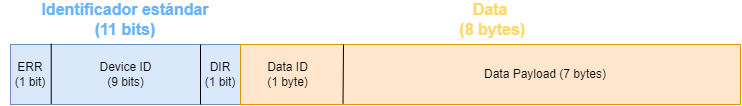
Above: Figures/estructura_mensaje.png in jorgetrumbel/Plantilla-memoria (draw.io), before the change. Source tidied: cells renumbered, new cells last; positions are measured from the earlier drawing's top-left corner, leaving out a move shared by most shapes. Source of this version:
```xml
<mxGraphModel>
  <root>
    <mxCell id="0" />
    <mxCell id="1" parent="0" />
    <mxCell id="2" style="rounded=0;whiteSpace=wrap;html=1;fillColor=#dae8fc;strokeColor=#6c8ebf;" parent="1" vertex="1">
      <mxGeometry x="10" y="40" width="230" height="60" as="geometry" />
    </mxCell>
    <mxCell id="3" style="rounded=0;whiteSpace=wrap;html=1;fillColor=#ffe6cc;strokeColor=#d79b00;" parent="1" vertex="1">
      <mxGeometry x="240" y="40" width="500" height="60" as="geometry" />
    </mxCell>
    <mxCell id="4" value="ERR&lt;br&gt;(1 bit)" style="text;html=1;strokeColor=none;fillColor=none;align=center;verticalAlign=middle;whiteSpace=wrap;rounded=0;" parent="1" vertex="1">
      <mxGeometry y="55" width="60" height="30" as="geometry" />
    </mxCell>
    <mxCell id="5" value="Device ID&lt;br&gt;(9 bits)" style="text;html=1;strokeColor=none;fillColor=none;align=center;verticalAlign=middle;whiteSpace=wrap;rounded=0;" parent="1" vertex="1">
      <mxGeometry x="87.5" y="52.5" width="75" height="35" as="geometry" />
    </mxCell>
    <mxCell id="6" value="DIR&lt;br&gt;(1 bit)" style="text;html=1;strokeColor=none;fillColor=none;align=center;verticalAlign=middle;whiteSpace=wrap;rounded=0;" parent="1" vertex="1">
      <mxGeometry x="190" y="55" width="60" height="30" as="geometry" />
    </mxCell>
    <mxCell id="7" style="endArrow=none;html=1;rounded=0;exitX=0.177;exitY=0.988;exitDx=0;exitDy=0;exitPerimeter=0;entryX=0.177;entryY=-0.012;entryDx=0;entryDy=0;entryPerimeter=0;" parent="1" edge="1" source="2" target="2">
      <mxGeometry relative="1" as="geometry" />
    </mxCell>
    <mxCell id="8" style="endArrow=none;html=1;rounded=0;exitX=0.177;exitY=0.988;exitDx=0;exitDy=0;exitPerimeter=0;entryX=0.177;entryY=-0.012;entryDx=0;entryDy=0;entryPerimeter=0;" parent="1" edge="1">
      <mxGeometry relative="1" as="geometry">
        <mxPoint x="200" y="100" as="sourcePoint" />
        <mxPoint x="200" y="40" as="targetPoint" />
      </mxGeometry>
    </mxCell>
    <mxCell id="9" value="&lt;font color=&quot;#66b2ff&quot; style=&quot;font-size: 16px;&quot;&gt;&lt;b&gt;Identificador estándar (11 bits)&lt;/b&gt;&lt;/font&gt;" style="text;html=1;strokeColor=none;fillColor=none;align=center;verticalAlign=middle;whiteSpace=wrap;rounded=0;" parent="1" vertex="1">
      <mxGeometry x="36.2" width="177.5" height="30" as="geometry" />
    </mxCell>
    <mxCell id="10" value="&lt;font color=&quot;#ffd966&quot; style=&quot;font-size: 16px;&quot;&gt;&lt;b style=&quot;&quot;&gt;Data&lt;br&gt;&amp;nbsp;(8 bytes)&lt;/b&gt;&lt;/font&gt;" style="text;html=1;strokeColor=none;fillColor=none;align=center;verticalAlign=middle;whiteSpace=wrap;rounded=0;" parent="1" vertex="1">
      <mxGeometry x="401.2" width="177.5" height="30" as="geometry" />
    </mxCell>
    <mxCell id="11" value="Data ID&lt;br&gt;(1 byte)" style="text;html=1;strokeColor=none;fillColor=none;align=center;verticalAlign=middle;whiteSpace=wrap;rounded=0;" parent="1" vertex="1">
      <mxGeometry x="250" y="52.5" width="75" height="35" as="geometry" />
    </mxCell>
    <mxCell id="12" style="endArrow=none;html=1;rounded=0;fontSize=16;fontColor=#FFD966;exitX=0.205;exitY=0.988;exitDx=0;exitDy=0;exitPerimeter=0;" parent="1" edge="1" source="3">
      <mxGeometry relative="1" as="geometry">
        <mxPoint x="343" y="40" as="targetPoint" />
      </mxGeometry>
    </mxCell>
    <mxCell id="13" value="Data Payload (7 bytes)" style="text;html=1;strokeColor=none;fillColor=none;align=center;verticalAlign=middle;whiteSpace=wrap;rounded=0;" parent="1" vertex="1">
      <mxGeometry x="450" y="52.5" width="190" height="35" as="geometry" />
    </mxCell>
  </root>
</mxGraphModel>
```
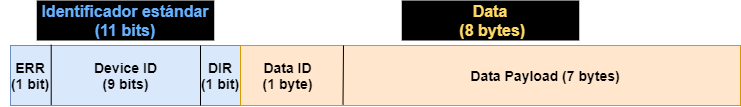
The same file after the commit.

What changed in the source:
```diff
@@ -8,13 +8,13 @@
     <mxCell id="3" style="rounded=0;whiteSpace=wrap;html=1;fillColor=#ffe6cc;strokeColor=#d79b00;" parent="1" vertex="1">
       <mxGeometry x="240" y="40" width="500" height="60" as="geometry" />
     </mxCell>
-    <mxCell id="4" value="ERR&lt;br&gt;(1 bit)" style="text;html=1;strokeColor=none;fillColor=none;align=center;verticalAlign=middle;whiteSpace=wrap;rounded=0;" parent="1" vertex="1">
+    <mxCell id="4" value="ERR&lt;br style=&quot;font-size: 14px;&quot;&gt;(1 bit)" style="text;html=1;strokeColor=none;fillColor=none;align=center;verticalAlign=middle;whiteSpace=wrap;rounded=0;fontSize=14;fontStyle=1;" parent="1" vertex="1">
       <mxGeometry y="55" width="60" height="30" as="geometry" />
     </mxCell>
-    <mxCell id="5" value="Device ID&lt;br&gt;(9 bits)" style="text;html=1;strokeColor=none;fillColor=none;align=center;verticalAlign=middle;whiteSpace=wrap;rounded=0;" parent="1" vertex="1">
+    <mxCell id="5" value="Device ID&lt;br style=&quot;font-size: 14px;&quot;&gt;(9 bits)" style="text;html=1;strokeColor=none;fillColor=none;align=center;verticalAlign=middle;whiteSpace=wrap;rounded=0;fontSize=14;fontStyle=1;" parent="1" vertex="1">
       <mxGeometry x="87.5" y="52.5" width="75" height="35" as="geometry" />
     </mxCell>
-    <mxCell id="6" value="DIR&lt;br&gt;(1 bit)" style="text;html=1;strokeColor=none;fillColor=none;align=center;verticalAlign=middle;whiteSpace=wrap;rounded=0;" parent="1" vertex="1">
+    <mxCell id="6" value="DIR&lt;br style=&quot;font-size: 14px;&quot;&gt;(1 bit)" style="text;html=1;strokeColor=none;fillColor=none;align=center;verticalAlign=middle;whiteSpace=wrap;rounded=0;fontSize=14;fontStyle=1;" parent="1" vertex="1">
       <mxGeometry x="190" y="55" width="60" height="30" as="geometry" />
     </mxCell>
     <mxCell id="7" style="endArrow=none;html=1;rounded=0;exitX=0.177;exitY=0.988;exitDx=0;exitDy=0;exitPerimeter=0;entryX=0.177;entryY=-0.012;entryDx=0;entryDy=0;entryPerimeter=0;" parent="1" edge="1" source="2" target="2">
@@ -26,13 +26,13 @@
         <mxPoint x="200" y="40" as="targetPoint" />
       </mxGeometry>
     </mxCell>
-    <mxCell id="9" value="&lt;font color=&quot;#66b2ff&quot; style=&quot;font-size: 16px;&quot;&gt;&lt;b&gt;Identificador estándar (11 bits)&lt;/b&gt;&lt;/font&gt;" style="text;html=1;strokeColor=none;fillColor=none;align=center;verticalAlign=middle;whiteSpace=wrap;rounded=0;" parent="1" vertex="1">
-      <mxGeometry x="36.2" width="177.5" height="30" as="geometry" />
+    <mxCell id="9" value="&lt;font color=&quot;#66b2ff&quot; style=&quot;font-size: 16px;&quot;&gt;&lt;b&gt;Identificador estándar (11 bits)&lt;/b&gt;&lt;/font&gt;" style="text;html=1;strokeColor=none;fillColor=#000000;align=center;verticalAlign=middle;whiteSpace=wrap;rounded=0;" parent="1" vertex="1">
+      <mxGeometry x="36.2" y="-5" width="177.5" height="40" as="geometry" />
     </mxCell>
-    <mxCell id="10" value="&lt;font color=&quot;#ffd966&quot; style=&quot;font-size: 16px;&quot;&gt;&lt;b style=&quot;&quot;&gt;Data&lt;br&gt;&amp;nbsp;(8 bytes)&lt;/b&gt;&lt;/font&gt;" style="text;html=1;strokeColor=none;fillColor=none;align=center;verticalAlign=middle;whiteSpace=wrap;rounded=0;" parent="1" vertex="1">
-      <mxGeometry x="401.2" width="177.5" height="30" as="geometry" />
+    <mxCell id="10" value="&lt;font color=&quot;#ffd966&quot; style=&quot;font-size: 16px;&quot;&gt;&lt;b style=&quot;&quot;&gt;Data&lt;br&gt;&amp;nbsp;(8 bytes)&lt;/b&gt;&lt;/font&gt;" style="text;html=1;strokeColor=none;fillColor=#000000;align=center;verticalAlign=middle;whiteSpace=wrap;rounded=0;" parent="1" vertex="1">
+      <mxGeometry x="401.2" y="-5" width="177.5" height="40" as="geometry" />
     </mxCell>
-    <mxCell id="11" value="Data ID&lt;br&gt;(1 byte)" style="text;html=1;strokeColor=none;fillColor=none;align=center;verticalAlign=middle;whiteSpace=wrap;rounded=0;" parent="1" vertex="1">
+    <mxCell id="11" value="Data ID&lt;br style=&quot;font-size: 14px;&quot;&gt;(1 byte)" style="text;html=1;strokeColor=none;fillColor=none;align=center;verticalAlign=middle;whiteSpace=wrap;rounded=0;fontSize=14;fontStyle=1;" parent="1" vertex="1">
       <mxGeometry x="250" y="52.5" width="75" height="35" as="geometry" />
     </mxCell>
     <mxCell id="12" style="endArrow=none;html=1;rounded=0;fontSize=16;fontColor=#FFD966;exitX=0.205;exitY=0.988;exitDx=0;exitDy=0;exitPerimeter=0;" parent="1" edge="1" source="3">
@@ -40,7 +40,7 @@
         <mxPoint x="343" y="40" as="targetPoint" />
       </mxGeometry>
     </mxCell>
-    <mxCell id="13" value="Data Payload (7 bytes)" style="text;html=1;strokeColor=none;fillColor=none;align=center;verticalAlign=middle;whiteSpace=wrap;rounded=0;" parent="1" vertex="1">
+    <mxCell id="13" value="Data Payload (7 bytes)" style="text;html=1;strokeColor=none;fillColor=none;align=center;verticalAlign=middle;whiteSpace=wrap;rounded=0;fontSize=14;fontStyle=1;" parent="1" vertex="1">
       <mxGeometry x="450" y="52.5" width="190" height="35" as="geometry" />
     </mxCell>
   </root>
```
